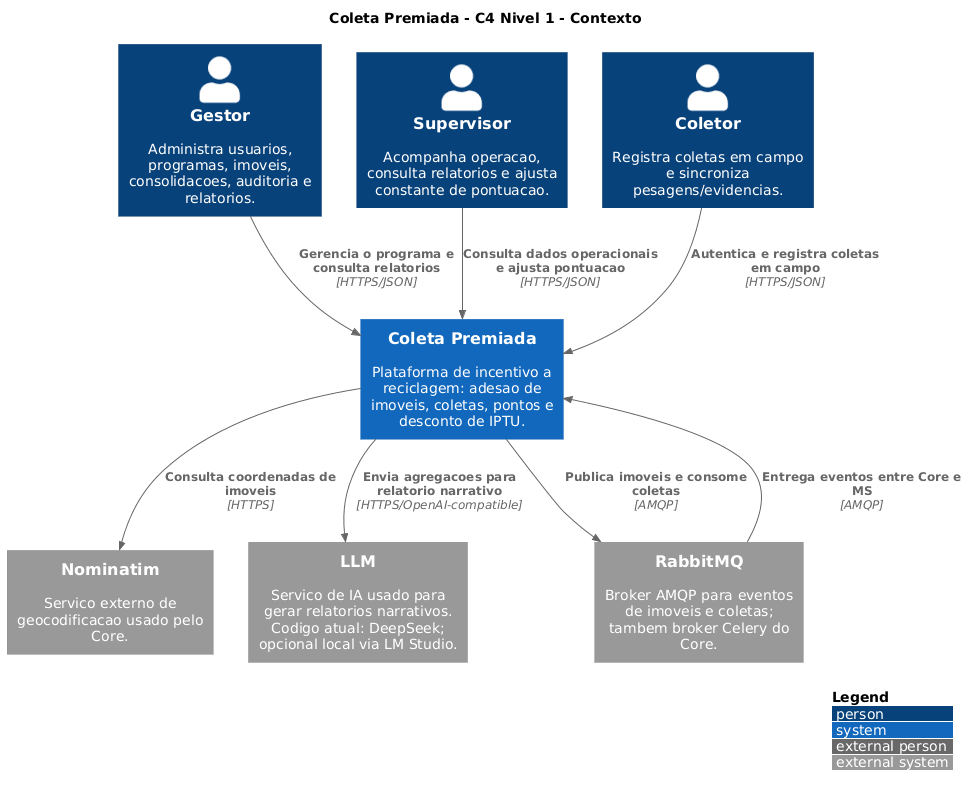
Before: docs/architecture/c4/png/context.png, a diagram exported from PlantUML (rangelro/Coleta-Premiada).
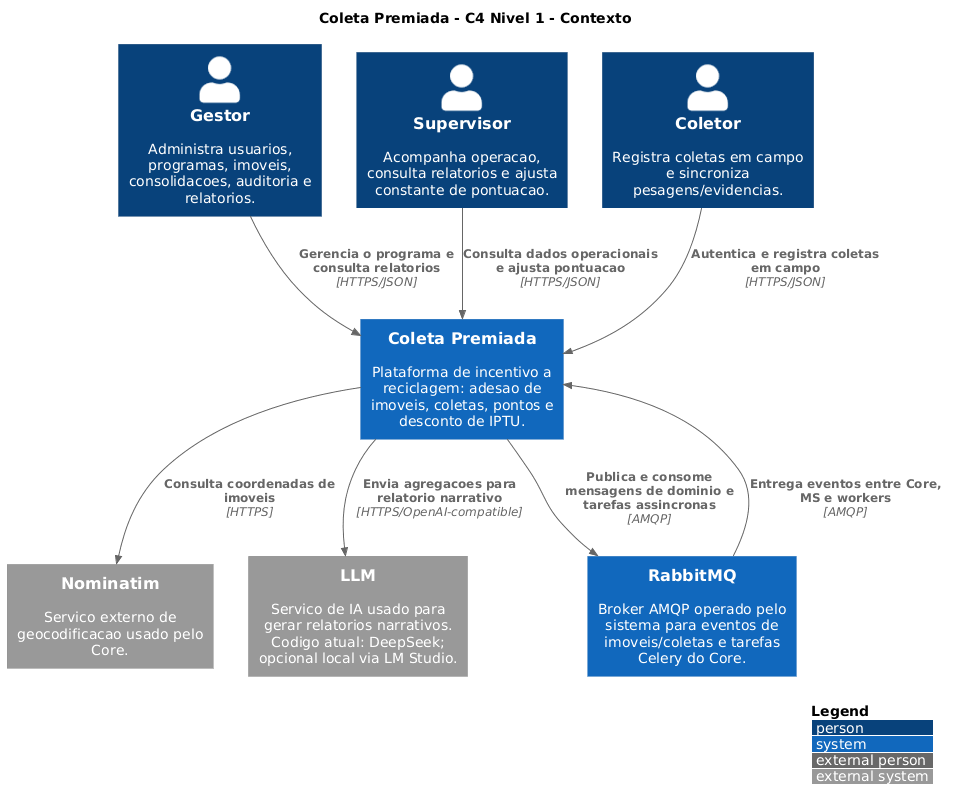
The same diagram one commit later.

Commit message:
docs/fix: corringindo inconsistencias rabbitmq n1 e n2 ficam internor, core conssumer, ms consumer

Change to the diagram source:
```diff
@@ -13,7 +13,7 @@
 
 System_Ext(nominatim, "Nominatim", "Servico externo de geocodificacao usado pelo Core.")
 System_Ext(llm, "LLM", "Servico de IA usado para gerar relatorios narrativos. Codigo atual: DeepSeek; opcional local via LM Studio.")
-System_Ext(rabbitmq, "RabbitMQ", "Broker AMQP para eventos de imoveis e coletas; tambem broker Celery do Core.")
+System(rabbitmq, "RabbitMQ", "Broker AMQP operado pelo sistema para eventos de imoveis/coletas e tarefas Celery do Core.")
 
 Rel(gestor, cp, "Gerencia o programa e consulta relatorios", "HTTPS/JSON")
 Rel(supervisor, cp, "Consulta dados operacionais e ajusta pontuacao", "HTTPS/JSON")
@@ -21,8 +21,8 @@
 
 Rel(cp, nominatim, "Consulta coordenadas de imoveis", "HTTPS")
 Rel(cp, llm, "Envia agregacoes para relatorio narrativo", "HTTPS/OpenAI-compatible")
-Rel(cp, rabbitmq, "Publica imoveis e consome coletas", "AMQP")
-Rel(rabbitmq, cp, "Entrega eventos entre Core e MS", "AMQP")
+Rel(cp, rabbitmq, "Publica e consome mensagens de dominio e tarefas assincronas", "AMQP")
+Rel(rabbitmq, cp, "Entrega eventos entre Core, MS e workers", "AMQP")
 
 
 @enduml
```
